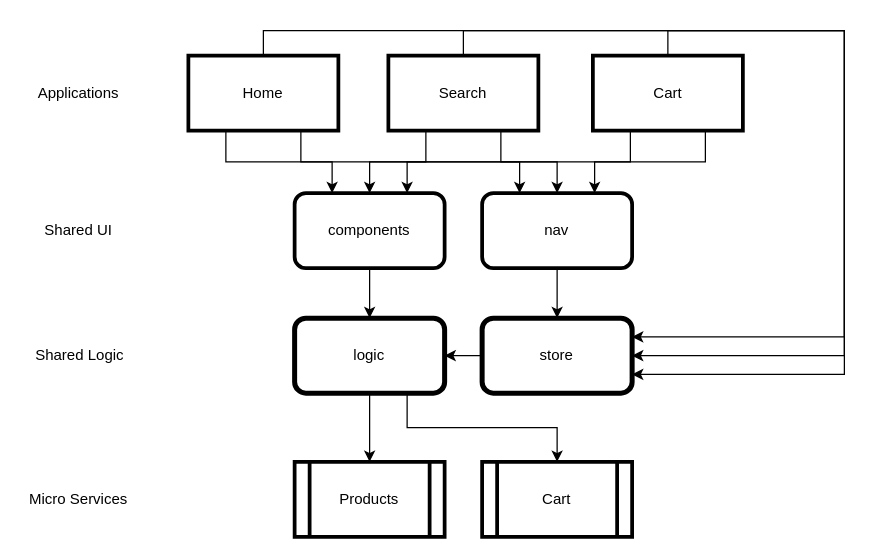
The draw.io diagram non-federated/architecture.dio in jherr/wp5-full-site-federation, before the edit. Source tidied: cells renumbered, new cells numbered last; positions are measured from the earlier drawing's top-left corner, leaving out a move shared by most shapes. Both pictures are drawn from the tidied source at 125%, with x=0, y=0 at pixel (21, 30).
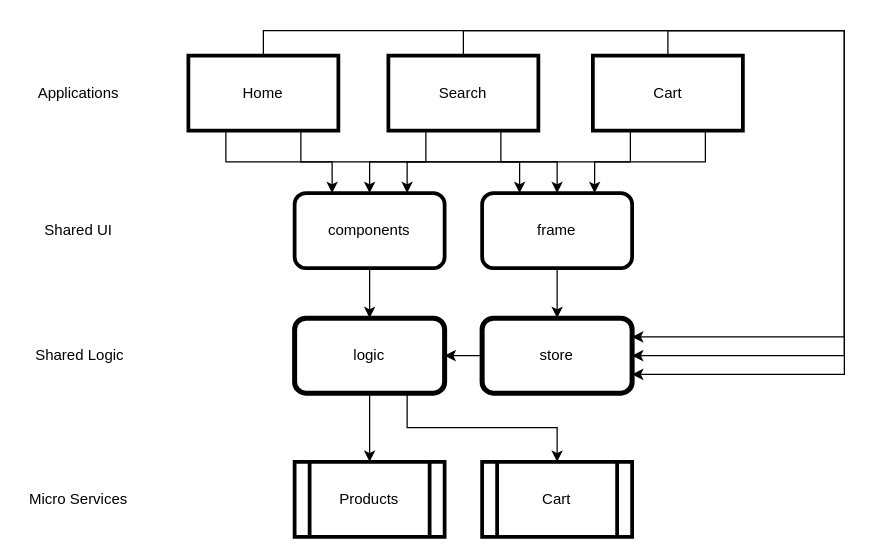
The same page after the edit.

Diff of the diagram source:
```diff
@@
-    <mxCell id="22" value="nav" style="rounded=1;whiteSpace=wrap;html=1;strokeWidth=3;" parent="1" vertex="1">
+    <mxCell id="22" value="frame" style="rounded=1;whiteSpace=wrap;html=1;strokeWidth=3;" parent="1" vertex="1">
       <mxGeometry x="368.2" y="130" width="120" height="60" as="geometry" />
     </mxCell>
```
